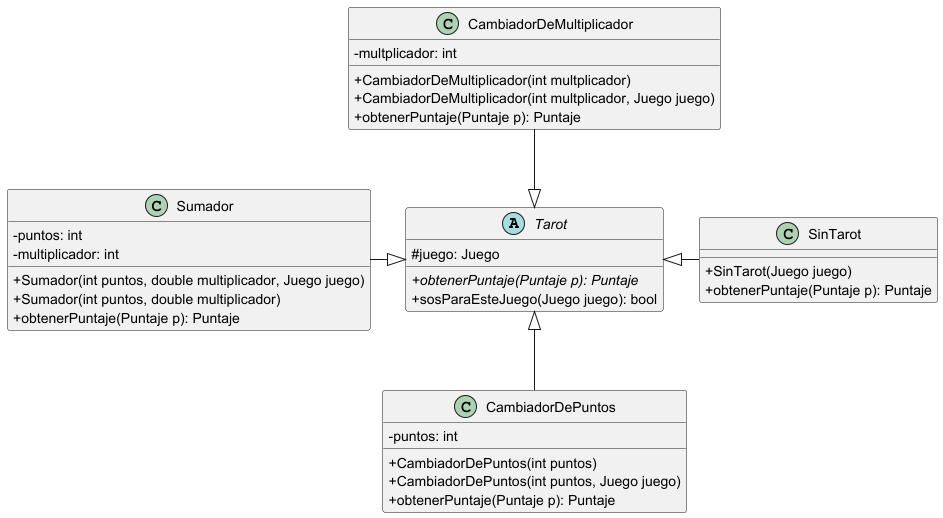
Earlier version of the PlantUML export diagrams/classes/Tarot.png (facukresta/g06-tp2-2c-2024).
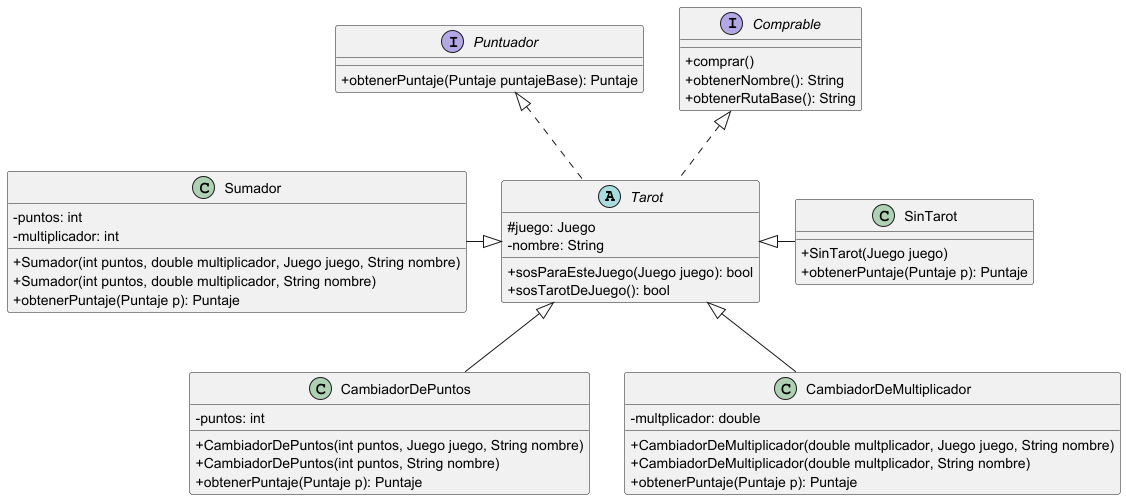
The same diagram one commit later.

The edit, as a diff of the source:
```diff
@@ -3,15 +3,26 @@
 
 abstract class Tarot{
 #juego: Juego
-+{abstract}obtenerPuntaje(Puntaje p): Puntaje
+-nombre: String
 +sosParaEsteJuego(Juego juego): bool
++sosTarotDeJuego(): bool
+}
+
+interface Comprable {
+    +comprar()
+    +obtenerNombre(): String
+    +obtenerRutaBase(): String
+}
+
+interface Puntuador {
+    +obtenerPuntaje(Puntaje puntajeBase): Puntaje
 }
 
 class Sumador {
 -puntos: int
 -multiplicador: int
-+Sumador(int puntos, double multiplicador, Juego juego)
-+Sumador(int puntos, double multiplicador)
++Sumador(int puntos, double multiplicador, Juego juego, String nombre)
++Sumador(int puntos, double multiplicador, String nombre)
 +obtenerPuntaje(Puntaje p): Puntaje
 }
 
@@ -22,22 +33,24 @@
 
 class CambiadorDePuntos {
 -puntos: int
-+CambiadorDePuntos(int puntos)
-+CambiadorDePuntos(int puntos, Juego juego)
++CambiadorDePuntos(int puntos, Juego juego, String nombre)
++CambiadorDePuntos(int puntos, String nombre)
 +obtenerPuntaje(Puntaje p): Puntaje
 }
 
 class CambiadorDeMultiplicador {
--multplicador: int
-+CambiadorDeMultiplicador(int multplicador)
-+CambiadorDeMultiplicador(int multplicador, Juego juego)
+-multplicador: double
++CambiadorDeMultiplicador(double multplicador, Juego juego, String nombre)
++CambiadorDeMultiplicador(double multplicador, String nombre)
 +obtenerPuntaje(Puntaje p): Puntaje
 }
 
 Sumador -right-|> Tarot
 SinTarot -left-|> Tarot
 CambiadorDePuntos -up-|> Tarot
-CambiadorDeMultiplicador --|> Tarot
+CambiadorDeMultiplicador -up-|> Tarot
 
+Tarot .up.|> Comprable
+Tarot .up.|> Puntuador
 
 @enduml
```
